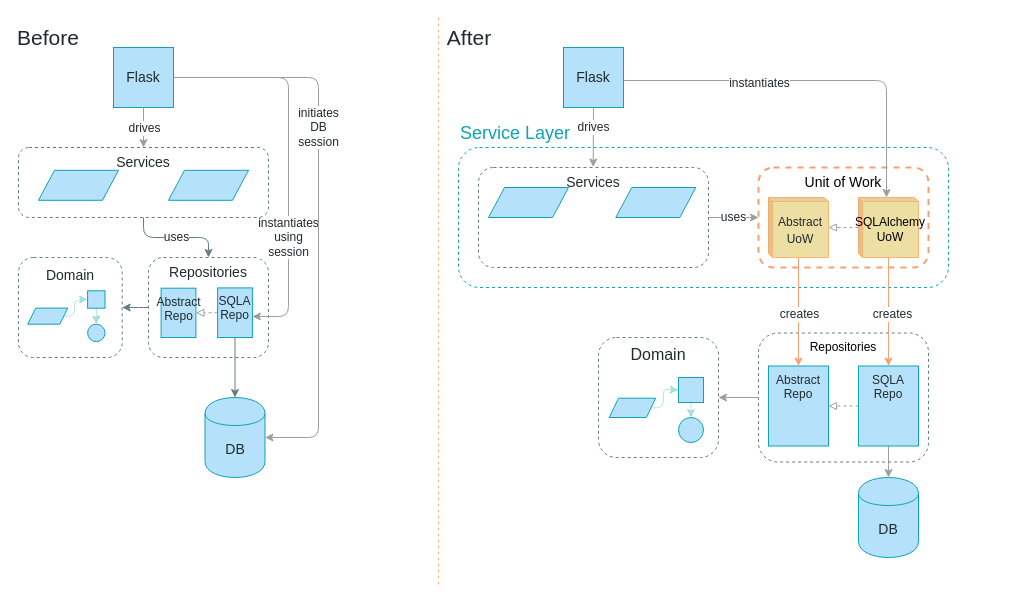
cosmicpython/book keeps this draw.io diagram as page "Chapter 5" (4 of 10) of maps.drawio. Above is the earlier version. Source tidied: cells renumbered, new cells numbered last; positions are measured from the earlier drawing's top-left corner, leaving out a move shared by most shapes. Both pictures are drawn from the tidied source at 100%, with x=0, y=0 at pixel (17, 17).
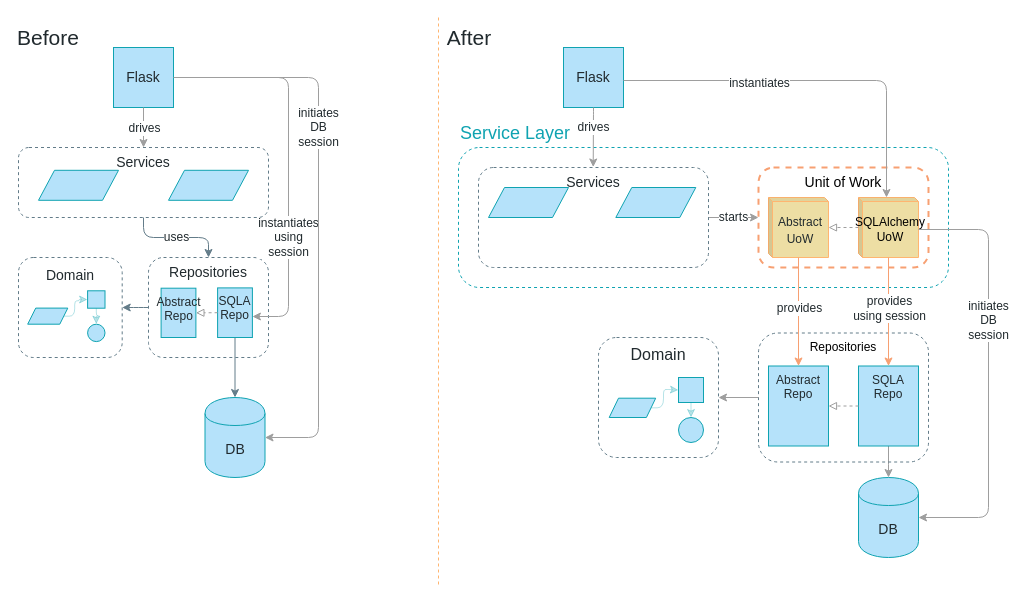
Above is the later version.

Commit message:
more arrows on uows

Unchanged cells that the change refers to:
```xml
<mxCell id="27" value="DB" style="shape=cylinder;whiteSpace=wrap;html=1;boundedLbl=1;backgroundOutline=1;strokeColor=#0FA3B1;fillColor=#B5E2FA;fontSize=14;fontColor=#212A2E;gradientColor=none;fontFamily=Guardian Sans Cond Light;" parent="1" vertex="1">
  <mxGeometry x="841" y="460" width="60" height="80" as="geometry" />
</mxCell>
<mxCell id="30" value="Unit of Work" style="whiteSpace=wrap;html=1;strokeColor=#F7A072;fillColor=none;gradientColor=none;fontFamily=Guardian Sans Cond Light;fontSize=14;fontColor=#000000;verticalAlign=top;rounded=1;dashed=1;strokeWidth=2;" parent="1" vertex="1">
  <mxGeometry x="741" y="150" width="170" height="100" as="geometry" />
</mxCell>
<mxCell id="34" value="SQLAlchemy&lt;br style=&quot;font-size: 12px;&quot;&gt;UoW" style="shape=cube;whiteSpace=wrap;html=1;boundedLbl=1;backgroundOutline=1;darkOpacity=0.05;darkOpacity2=0.1;fontFamily=Guardian Sans Cond Light;fontSize=12;fontColor=#000000;align=center;strokeColor=#FFB570;fillColor=#EDDEA4;size=4;" parent="1" vertex="1">
  <mxGeometry x="841" y="180" width="60" height="60" as="geometry" />
</mxCell>
<mxCell id="49" style="edgeStyle=orthogonalEdgeStyle;jettySize=auto;html=1;strokeColor=#F7A072;fillColor=#B5E2FA;fontFamily=Guardian Sans Cond Light;fontSize=12;fontColor=#212A2E;" parent="1" edge="1" source="33" target="48">
  <mxGeometry relative="1" as="geometry" />
</mxCell>
<mxCell id="53" style="edgeStyle=orthogonalEdgeStyle;jettySize=auto;html=1;strokeColor=#F7A072;fillColor=#B5E2FA;fontFamily=Guardian Sans Cond Light;fontSize=12;fontColor=#212A2E;" parent="1" edge="1" source="34" target="51">
  <mxGeometry relative="1" as="geometry" />
</mxCell>
<mxCell id="59" value="Services" style="rounded=1;whiteSpace=wrap;html=1;fontFamily=Guardian Sans Cond Light;verticalAlign=top;fontSize=14;fontColor=#212A2E;fillColor=none;strokeColor=#637C89;fontStyle=0;dashed=1;" parent="1" vertex="1">
  <mxGeometry x="461" y="150" width="230" height="100" as="geometry" />
</mxCell>
```

Change to the diagram source:
```diff
@@
-    <mxCell id="35" value="&lt;div&gt;uses&lt;/div&gt;" style="edgeStyle=orthogonalEdgeStyle;jettySize=auto;html=1;strokeColor=#9E9E9E;fillColor=#B5E2FA;fontFamily=Guardian Sans Cond Light;fontSize=12;fontColor=#212A2E;exitX=1;exitY=0.5;exitDx=0;exitDy=0;" parent="1" edge="1" source="59" target="30">
+    <mxCell id="35" value="starts" style="edgeStyle=orthogonalEdgeStyle;jettySize=auto;html=1;strokeColor=#9E9E9E;fillColor=#B5E2FA;fontFamily=Guardian Sans Cond Light;fontSize=12;fontColor=#212A2E;exitX=1;exitY=0.5;exitDx=0;exitDy=0;" parent="1" edge="1" source="59" target="30">
       <mxGeometry relative="1" as="geometry" />
     </mxCell>
@@
-    <mxCell id="50" value="creates" style="text;html=1;align=center;verticalAlign=middle;labelBackgroundColor=#ffffff;fontSize=12;fontFamily=Guardian Sans Cond Light;fontColor=#212A2E;" parent="49" vertex="1">
-      <mxGeometry x="0.04" relative="1" as="geometry" />
+    <mxCell id="50" value="provides" style="text;html=1;align=center;verticalAlign=middle;labelBackgroundColor=#ffffff;fontSize=12;fontFamily=Guardian Sans Cond Light;fontColor=#212A2E;" parent="49" vertex="1">
+      <mxGeometry x="0.04" relative="1" as="geometry">
+        <mxPoint y="-5.9" as="offset" />
+      </mxGeometry>
     </mxCell>
@@
-    <mxCell id="54" value="creates" style="text;html=1;align=center;verticalAlign=middle;labelBackgroundColor=#ffffff;fontSize=12;fontFamily=Guardian Sans Cond Light;fontColor=#212A2E;" parent="53" vertex="1">
-      <mxGeometry x="0.04" y="3" relative="1" as="geometry" />
+    <mxCell id="54" value="provides&lt;br&gt;&lt;div&gt;using session&lt;br&gt;&lt;/div&gt;" style="text;html=1;align=center;verticalAlign=middle;labelBackgroundColor=#ffffff;fontSize=12;fontFamily=Guardian Sans Cond Light;fontColor=#212A2E;" parent="53" vertex="1">
+      <mxGeometry x="0.04" y="3" relative="1" as="geometry">
+        <mxPoint x="-3" y="-5.8" as="offset" />
+      </mxGeometry>
     </mxCell>
@@
+    <mxCell id="63" value="initiates&lt;br&gt;&lt;div&gt;DB&lt;/div&gt;&lt;div&gt;session&lt;br&gt;&lt;/div&gt;" style="edgeStyle=orthogonalEdgeStyle;jettySize=auto;html=1;strokeColor=#9E9E9E;fillColor=#B5E2FA;fontFamily=Guardian Sans Cond Light;fontSize=12;fontColor=#212A2E;exitX=0;exitY=0;exitDx=60;exitDy=32;entryX=1;entryY=0.5;entryDx=0;entryDy=0;exitPerimeter=0;" parent="1" edge="1" source="34" target="27">
+      <mxGeometry x="-0.48" y="-50" relative="1" as="geometry">
+        <Array as="points">
+          <mxPoint x="971" y="212" />
+          <mxPoint x="971" y="500" />
+        </Array>
+        <mxPoint x="50" y="50" as="offset" />
+      </mxGeometry>
+    </mxCell>
```
